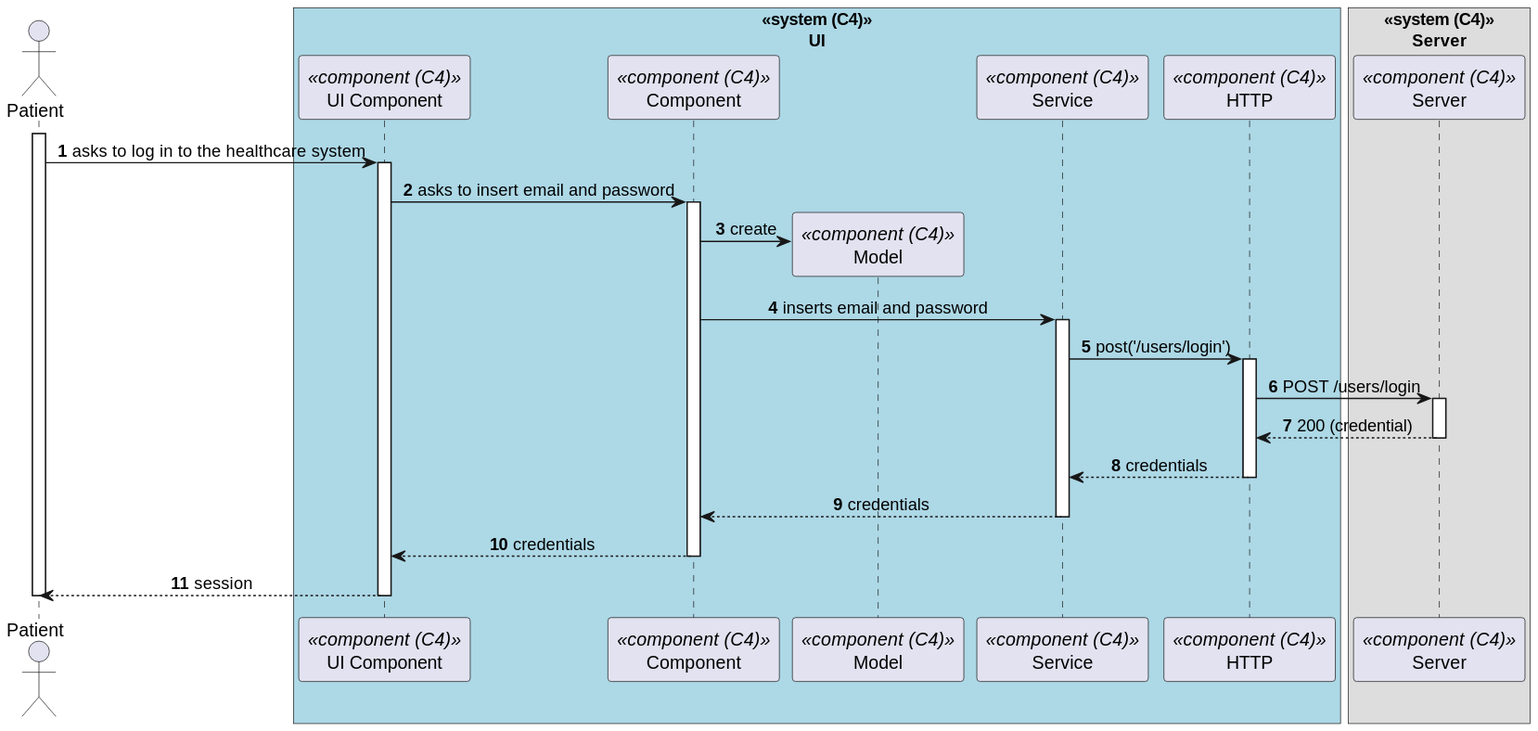
The PlantUML diagram docs/sprint-b/us-6.2.5/views/level3/process-view.svg in 1220846/sem5pi-24-25-3ddg20, before a commit.
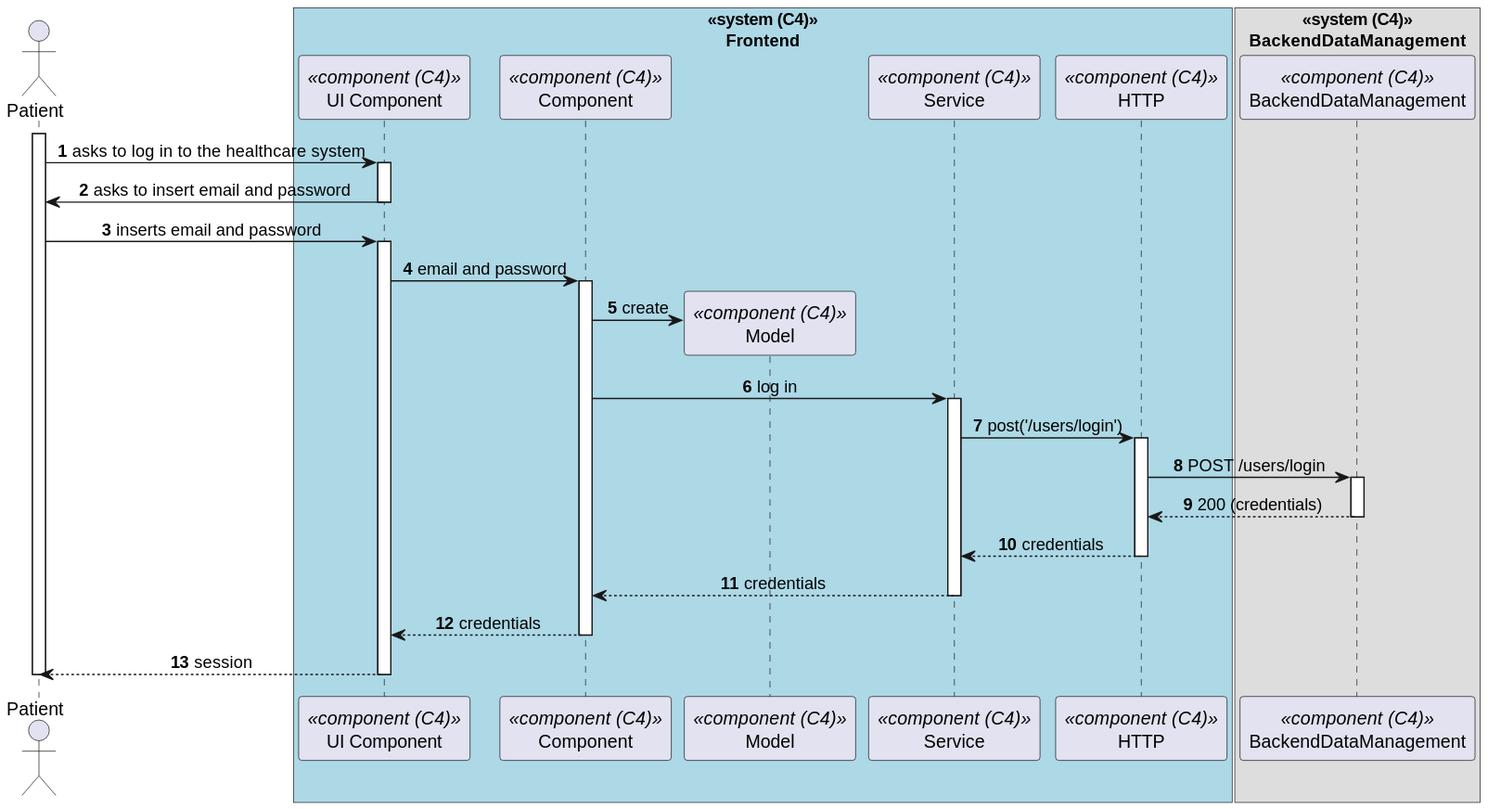
Later version of the same file.

Commit message:
docs: update views level 3 #46

What changed in the source:
```diff
@@ -2,16 +2,16 @@
 autonumber
 skinparam DefaultTextAlignment center
 actor Patient as "Patient"
-box "<<system (C4)>>\nUI"#LightBlue
+box "<<system (C4)>>\nFrontend"#LightBlue
     participant ComponentUI as "UI Component" <<component (C4)>>
     participant Component as "Component" <<component (C4)>>
     participant Model as "Model" <<component (C4)>>
-    participant SRV as "Service" <<component (C4)>>
+    participant Service as "Service" <<component (C4)>>
     participant HTTP as "HTTP" <<component (C4)>>
 end box
 
-box "<<system (C4)>>\nServer"
-  participant Server as "Server" <<component (C4)>>
+box "<<system (C4)>>\nBackendDataManagement"
+  participant BackendDataManagement as "BackendDataManagement" <<component (C4)>>
 end box
 
 activate Patient
@@ -19,29 +19,38 @@
     Patient -> ComponentUI : asks to log in to the healthcare system
     activate ComponentUI
 
-        ComponentUI -> Component : asks to insert email and password
+        ComponentUI -> Patient : asks to insert email and password
+
+    deactivate ComponentUI
+
+    Patient -> ComponentUI : inserts email and password
+
+    activate ComponentUI
+
+        ComponentUI -> Component : email and password
+
         activate Component
 
             Component -> Model** : create
 
-            Component -> SRV : inserts email and password
-            activate SRV
+            Component -> Service : log in
+            activate Service
 
-                SRV -> HTTP : post('/users/login')
+                Service -> HTTP : post('/users/login')
 
                 activate HTTP
-                    HTTP -> Server : POST /users/login
+                    HTTP -> BackendDataManagement : POST /users/login
 
-                    activate Server
-                        Server --> HTTP : 200 (credential)
-                    deactivate Server
+                    activate BackendDataManagement
+                        BackendDataManagement --> HTTP : 200 (credentials)
+                    deactivate BackendDataManagement
 
-                    HTTP --> SRV : credentials
+                    HTTP --> Service : credentials
 
                 deactivate HTTP
 
-                SRV --> Component : credentials
-            deactivate SRV
+                Service --> Component : credentials
+            deactivate Service
 
             Component --> ComponentUI : credentials
         deactivate Component
```
